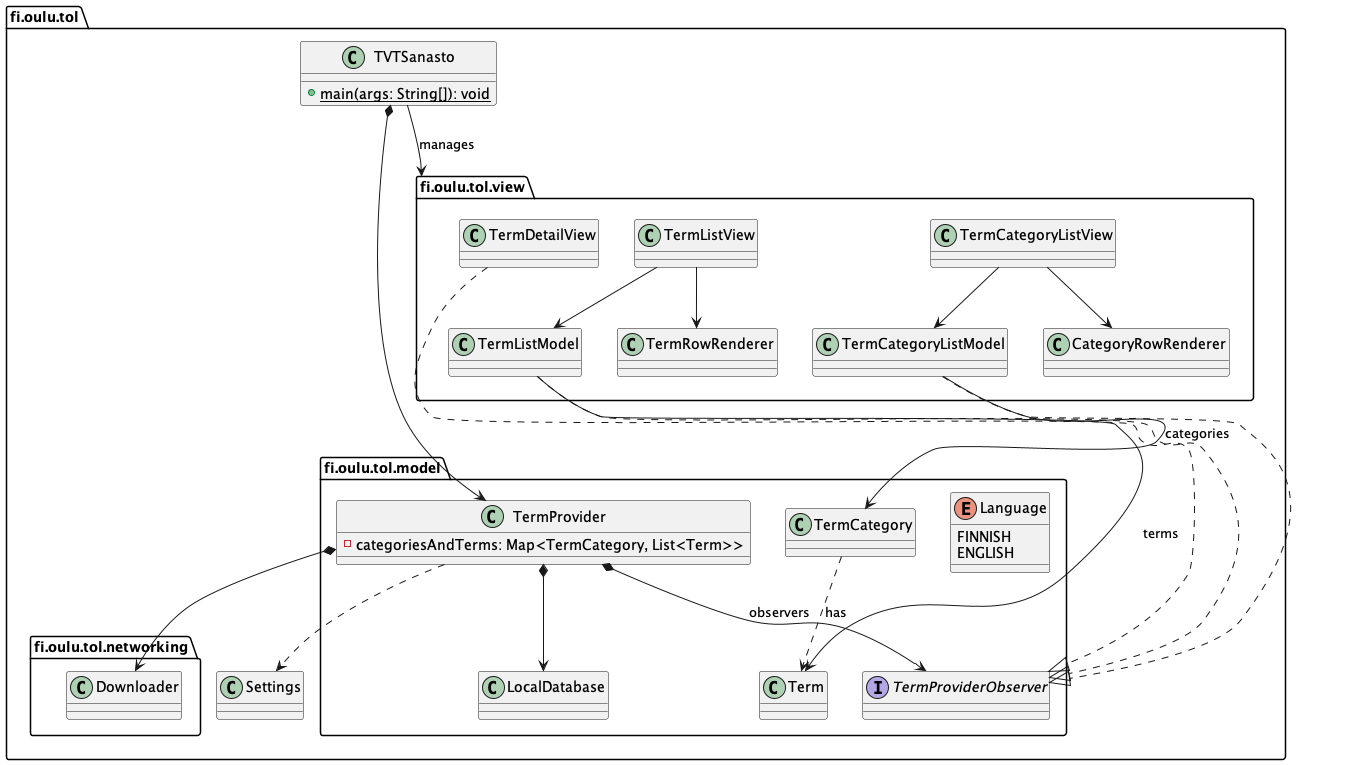
Before: structure.png, a diagram exported from PlantUML (anttijuu/TVTSanasto-Java).
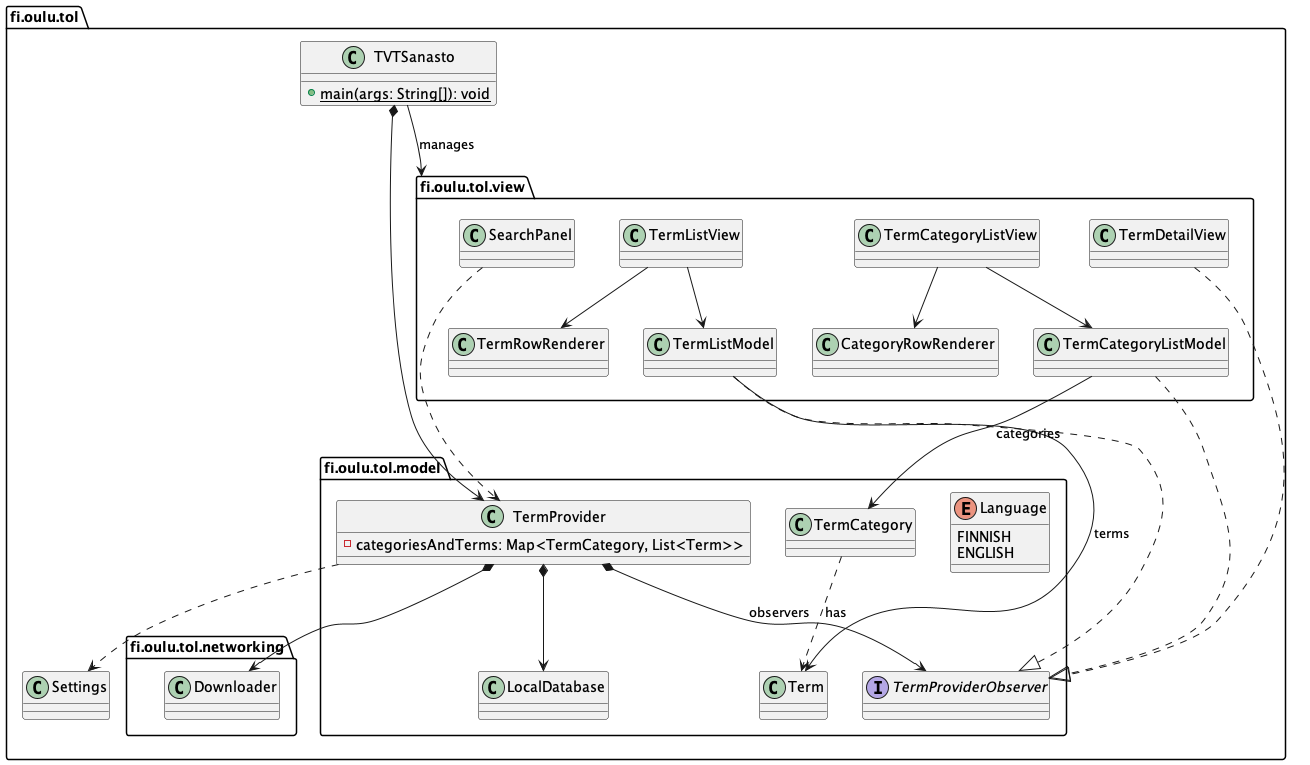
Above is the later version.

The edit, as a diff of the source:
```diff
@@ -33,11 +33,13 @@
 		class TermListView
 		class TermDetailView
 		class TermRowRenderer
+		class SearchPanel
 		TermCategoryListView --> TermCategoryListModel
 		TermCategoryListView --> CategoryRowRenderer
 		TermListView --> TermListModel
 		TermListView --> TermRowRenderer
 	}
+	SearchPanel ..> TermProvider
 	TermCategoryListModel ..|> TermProviderObserver
 	TermListModel ..|> TermProviderObserver
 	TermDetailView ..|> TermProviderObserver
```
